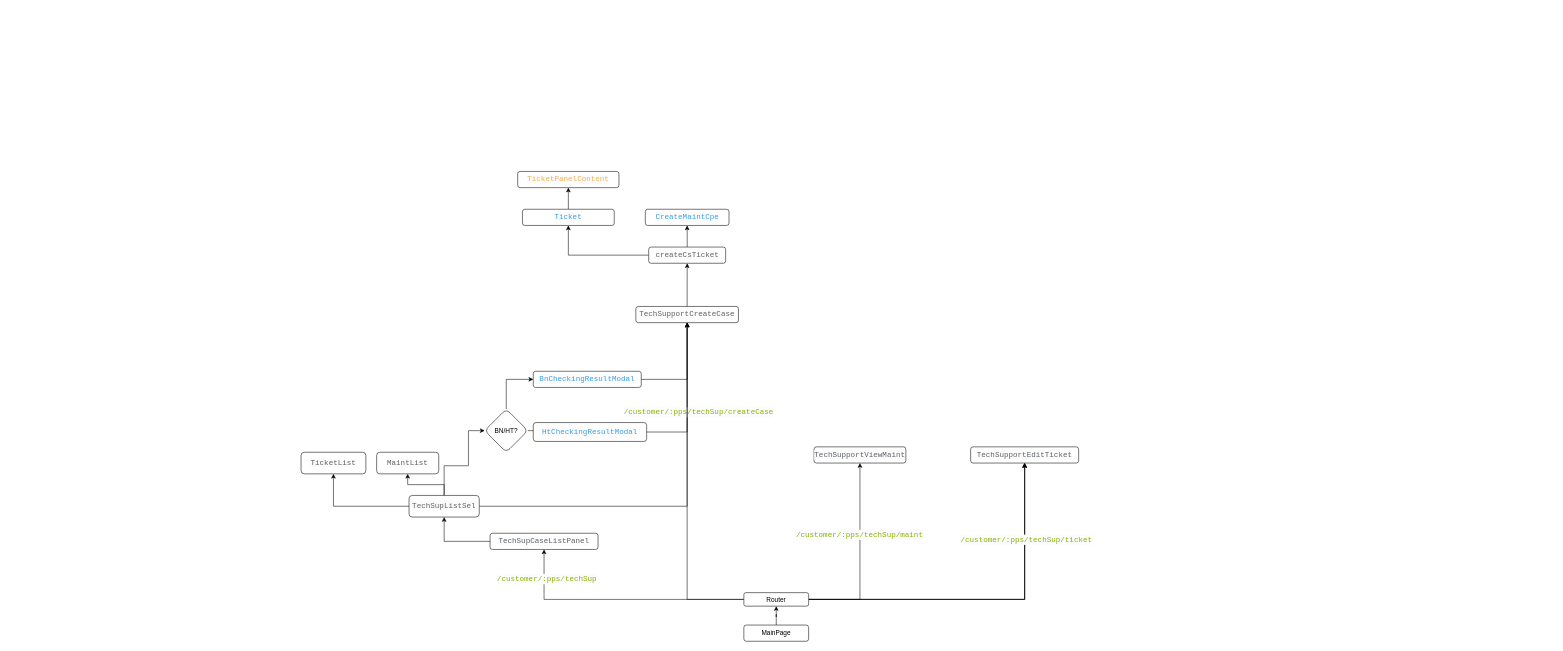
Above: aiom_render_tree.drawio in guidecheckwang1024/- (draw.io), before the change. Source tidied: cells renumbered, new cells numbered last; positions are measured from the earlier drawing's top-left corner, leaving out a move shared by most shapes. Both pictures are drawn from the tidied source at 54%, with x=0, y=0 at pixel (301, 171).
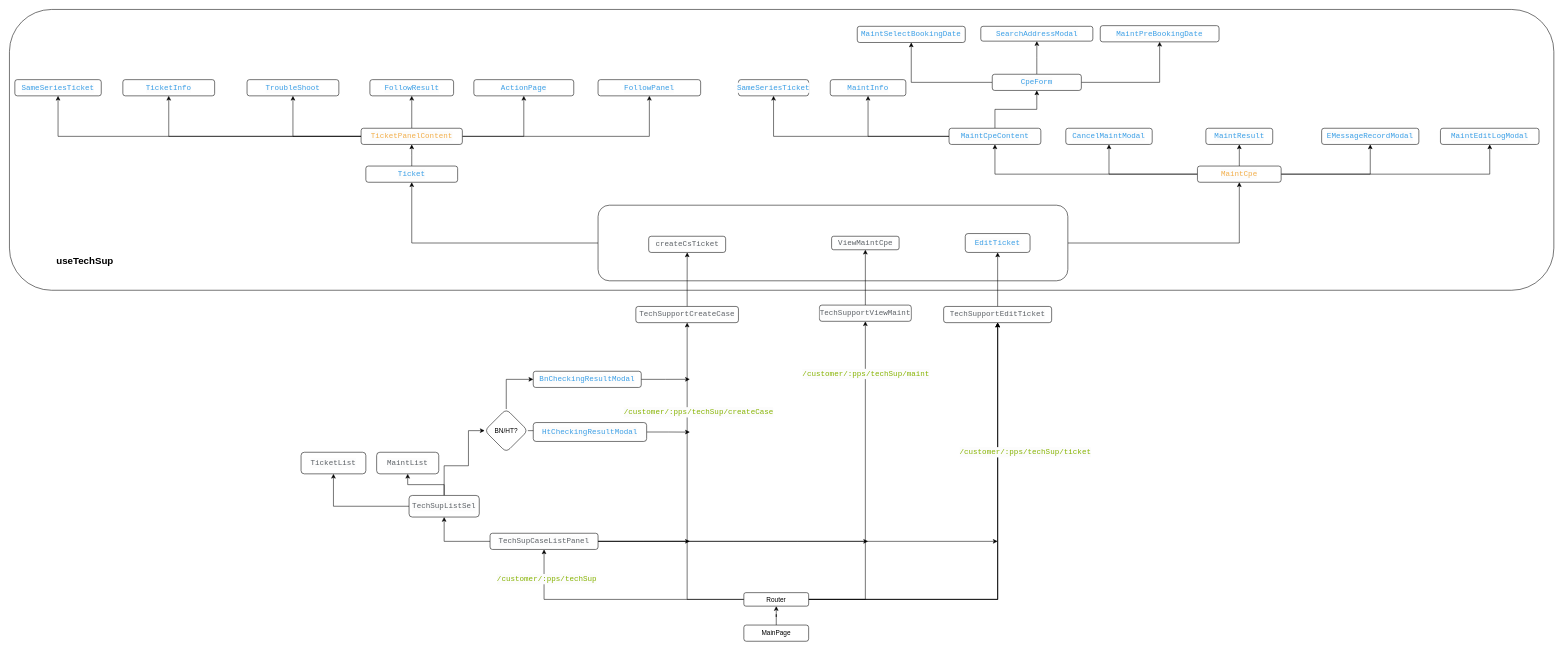
The same diagram, later.

The change refers to these unchanged cells:
```xml
<mxCell id="7" style="edgeStyle=orthogonalEdgeStyle;rounded=0;jettySize=auto;html=1;" parent="1" edge="1" source="13" target="16">
  <mxGeometry relative="1" as="geometry" />
</mxCell>
<mxCell id="11" style="edgeStyle=orthogonalEdgeStyle;rounded=0;jettySize=auto;html=1;" parent="1" edge="1" source="13" target="20">
  <mxGeometry relative="1" as="geometry" />
</mxCell>
<mxCell id="15" value="&lt;div style=&quot;color: rgb(92, 97, 102); background-color: rgb(252, 252, 252); font-family: Consolas, &amp;quot;Courier New&amp;quot;, monospace; font-size: 14px; line-height: 19px;&quot;&gt;TechSupCaseListPanel&lt;/div&gt;" style="whiteSpace=wrap;html=1;rounded=1;" parent="1" vertex="1">
  <mxGeometry x="350" y="670" width="200" height="30" as="geometry" />
</mxCell>
<mxCell id="18" value="&lt;div style=&quot;color: rgb(92, 97, 102); background-color: rgb(252, 252, 252); font-family: Consolas, &amp;quot;Courier New&amp;quot;, monospace; font-size: 14px; line-height: 19px;&quot;&gt;TechSupportCreateCase&lt;/div&gt;" style="whiteSpace=wrap;html=1;rounded=1;" parent="1" vertex="1">
  <mxGeometry x="620" y="250" width="190" height="30" as="geometry" />
</mxCell>
<mxCell id="25" value="&lt;div style=&quot;color: rgb(92, 97, 102); background-color: rgb(252, 252, 252); font-family: Consolas, &amp;quot;Courier New&amp;quot;, monospace; font-size: 14px; line-height: 19px;&quot;&gt;TechSupListSel&lt;/div&gt;" style="whiteSpace=wrap;html=1;rounded=1;" parent="1" vertex="1">
  <mxGeometry x="200" y="600" width="130" height="40" as="geometry" />
</mxCell>
<mxCell id="32" value="&lt;div style=&quot;color: rgb(92, 97, 102); background-color: rgb(252, 252, 252); font-family: Consolas, &amp;quot;Courier New&amp;quot;, monospace; font-size: 14px; line-height: 19px;&quot;&gt;&lt;span style=&quot;color: #399ee6;&quot;&gt;BnCheckingResultModal&lt;/span&gt;&lt;/div&gt;" style="whiteSpace=wrap;html=1;rounded=1;" parent="1" vertex="1">
  <mxGeometry x="430" y="370" width="200" height="30" as="geometry" />
</mxCell>
<mxCell id="34" value="&lt;div style=&quot;color: rgb(92, 97, 102); background-color: rgb(252, 252, 252); font-family: Consolas, &amp;quot;Courier New&amp;quot;, monospace; font-size: 14px; line-height: 19px;&quot;&gt;&lt;span style=&quot;color: #399ee6;&quot;&gt;HtCheckingResultModal&lt;/span&gt;&lt;/div&gt;" style="whiteSpace=wrap;html=1;rounded=1;" parent="1" vertex="1">
  <mxGeometry x="430" y="465" width="210" height="35" as="geometry" />
</mxCell>
```

Change to the diagram source:
```diff
@@
+    <mxCell id="42" style="rounded=1;whiteSpace=wrap;html=1;" parent="1" vertex="1">
+      <mxGeometry x="-540" y="-300" width="2860" height="520" as="geometry" />
+    </mxCell>
+    <mxCell id="43" style="edgeStyle=orthogonalEdgeStyle;rounded=0;jettySize=auto;html=1;" parent="1" edge="1" source="45" target="39">
+      <mxGeometry relative="1" as="geometry" />
+    </mxCell>
+    <mxCell id="44" style="edgeStyle=orthogonalEdgeStyle;rounded=0;jettySize=auto;html=1;entryX=0.5;entryY=1;entryDx=0;entryDy=0;" parent="1" edge="1" source="45" target="40">
+      <mxGeometry relative="1" as="geometry" />
+    </mxCell>
+    <mxCell id="45" style="rounded=1;whiteSpace=wrap;html=1;" parent="1" vertex="1">
+      <mxGeometry x="550" y="62.5" width="870" height="140" as="geometry" />
+    </mxCell>
@@
     <mxCell id="8" value="&lt;div style=&quot;color: rgb(92, 97, 102); background-color: rgb(252, 252, 252); font-family: Consolas, &amp;quot;Courier New&amp;quot;, monospace; font-size: 14px; line-height: 19px;&quot;&gt;&lt;span style=&quot;color: #86b300;&quot;&gt;/customer/:pps/techSup/ticket&lt;/span&gt;&lt;/div&gt;" style="edgeLabel;html=1;align=center;verticalAlign=middle;" parent="7" vertex="1">
       <mxGeometry x="0.57" y="-2" relative="1" as="geometry">
-        <mxPoint y="1" as="offset" />
+        <mxPoint x="48" y="54" as="offset" />
       </mxGeometry>
     </mxCell>
@@
     <mxCell id="12" value="&lt;div style=&quot;color: rgb(92, 97, 102); background-color: rgb(252, 252, 252); font-family: Consolas, &amp;quot;Courier New&amp;quot;, monospace; font-size: 14px; line-height: 19px;&quot;&gt;&lt;span style=&quot;color: #86b300;&quot;&gt;/customer/:pps/techSup/maint&lt;/span&gt;&lt;/div&gt;" style="edgeLabel;html=1;align=center;verticalAlign=middle;" parent="11" vertex="1">
       <mxGeometry x="0.23" y="2" relative="1" as="geometry">
-        <mxPoint y="-1" as="offset" />
+        <mxPoint x="2" y="-142" as="offset" />
       </mxGeometry>
     </mxCell>
@@
+    <mxCell id="46" style="edgeStyle=orthogonalEdgeStyle;rounded=0;jettySize=auto;html=1;exitX=1;exitY=0.5;exitDx=0;exitDy=0;" parent="1" edge="1" source="15">
+      <mxGeometry relative="1" as="geometry">
+        <mxPoint x="720" y="684.9" as="targetPoint" />
+      </mxGeometry>
+    </mxCell>
+    <mxCell id="47" style="edgeStyle=orthogonalEdgeStyle;rounded=0;jettySize=auto;html=1;exitX=1;exitY=0.5;exitDx=0;exitDy=0;" parent="1" edge="1" source="15">
+      <mxGeometry relative="1" as="geometry">
+        <mxPoint x="1050" y="685" as="targetPoint" />
+      </mxGeometry>
+    </mxCell>
+    <mxCell id="48" style="edgeStyle=orthogonalEdgeStyle;rounded=0;jettySize=auto;html=1;exitX=1;exitY=0.5;exitDx=0;exitDy=0;" parent="1" edge="1" source="15">
+      <mxGeometry relative="1" as="geometry">
+        <mxPoint x="1290" y="685" as="targetPoint" />
+      </mxGeometry>
+    </mxCell>
@@
+    <mxCell id="49" style="edgeStyle=orthogonalEdgeStyle;rounded=0;jettySize=auto;html=1;" parent="1" edge="1" source="16" target="88">
+      <mxGeometry relative="1" as="geometry" />
+    </mxCell>
     <mxCell id="16" value="&lt;div style=&quot;color: rgb(92, 97, 102); background-color: rgb(252, 252, 252); font-family: Consolas, &amp;quot;Courier New&amp;quot;, monospace; font-size: 14px; line-height: 19px;&quot;&gt;TechSupportEditTicket&lt;/div&gt;" style="whiteSpace=wrap;html=1;rounded=1;" parent="1" vertex="1">
-      <mxGeometry x="1240" y="510" width="200" height="30" as="geometry" />
+      <mxGeometry x="1190" y="250" width="200" height="30" as="geometry" />
     </mxCell>
@@
+    <mxCell id="50" style="edgeStyle=orthogonalEdgeStyle;rounded=0;jettySize=auto;html=1;" parent="1" edge="1" source="20" target="86">
+      <mxGeometry relative="1" as="geometry" />
+    </mxCell>
     <mxCell id="20" value="&lt;div style=&quot;color: rgb(92, 97, 102); background-color: rgb(252, 252, 252); font-family: Consolas, &amp;quot;Courier New&amp;quot;, monospace; font-size: 14px; line-height: 19px;&quot;&gt;TechSupportViewMaint&lt;/div&gt;" style="whiteSpace=wrap;html=1;rounded=1;" parent="1" vertex="1">
-      <mxGeometry x="950" y="510" width="170" height="30" as="geometry" />
+      <mxGeometry x="960" y="247.5" width="170" height="30" as="geometry" />
     </mxCell>
@@
-    <mxCell id="24" style="edgeStyle=orthogonalEdgeStyle;rounded=0;jettySize=auto;html=1;exitX=1;exitY=0.5;exitDx=0;exitDy=0;entryX=0.5;entryY=1;entryDx=0;entryDy=0;" parent="1" edge="1" source="25" target="18">
-      <mxGeometry relative="1" as="geometry" />
-    </mxCell>
@@
-    <mxCell id="31" style="edgeStyle=orthogonalEdgeStyle;rounded=0;jettySize=auto;html=1;exitX=1;exitY=0.5;exitDx=0;exitDy=0;entryX=0.5;entryY=1;entryDx=0;entryDy=0;" parent="1" edge="1" source="32" target="18">
-      <mxGeometry relative="1" as="geometry" />
-    </mxCell>
+    <mxCell id="51" style="edgeStyle=orthogonalEdgeStyle;rounded=0;jettySize=auto;html=1;exitX=1;exitY=0.5;exitDx=0;exitDy=0;" parent="1" edge="1" source="32">
+      <mxGeometry relative="1" as="geometry">
+        <mxPoint x="720" y="384.9" as="targetPoint" />
+      </mxGeometry>
+    </mxCell>
@@
-    <mxCell id="33" style="edgeStyle=orthogonalEdgeStyle;rounded=0;jettySize=auto;html=1;exitX=1;exitY=0.5;exitDx=0;exitDy=0;entryX=0.5;entryY=1;entryDx=0;entryDy=0;" parent="1" edge="1" source="34" target="18">
-      <mxGeometry relative="1" as="geometry" />
-    </mxCell>
+    <mxCell id="52" style="edgeStyle=orthogonalEdgeStyle;rounded=0;jettySize=auto;html=1;exitX=1;exitY=0.5;exitDx=0;exitDy=0;" parent="1" edge="1" source="34">
+      <mxGeometry relative="1" as="geometry">
+        <mxPoint x="720" y="482.7" as="targetPoint" />
+      </mxGeometry>
+    </mxCell>
@@
-    <mxCell id="35" style="edgeStyle=orthogonalEdgeStyle;rounded=0;jettySize=auto;html=1;" parent="1" edge="1" source="37" target="39">
-      <mxGeometry relative="1" as="geometry" />
-    </mxCell>
-    <mxCell id="36" style="edgeStyle=orthogonalEdgeStyle;rounded=0;jettySize=auto;html=1;" parent="1" edge="1" source="37" target="40">
-      <mxGeometry relative="1" as="geometry" />
-    </mxCell>
     <mxCell id="37" value="&lt;div style=&quot;color: rgb(92, 97, 102); background-color: rgb(252, 252, 252); font-family: Consolas, &amp;quot;Courier New&amp;quot;, monospace; font-size: 14px; line-height: 19px;&quot;&gt;createCsTicket&lt;/div&gt;" style="whiteSpace=wrap;html=1;rounded=1;" parent="1" vertex="1">
-      <mxGeometry x="643.8" y="140" width="142.5" height="30" as="geometry" />
+      <mxGeometry x="643.8" y="120" width="142.5" height="30" as="geometry" />
     </mxCell>
@@
     <mxCell id="39" value="&lt;div style=&quot;color: rgb(92, 97, 102); background-color: rgb(252, 252, 252); font-family: Consolas, &amp;quot;Courier New&amp;quot;, monospace; font-size: 14px; line-height: 19px;&quot;&gt;&lt;span style=&quot;color: #399ee6;&quot;&gt;Ticket&lt;/span&gt;&lt;/div&gt;" style="whiteSpace=wrap;html=1;rounded=1;" parent="1" vertex="1">
-      <mxGeometry x="410" y="70" width="170" height="30" as="geometry" />
+      <mxGeometry x="120" y="-10" width="170" height="30" as="geometry" />
     </mxCell>
+    <mxCell id="53" style="edgeStyle=orthogonalEdgeStyle;rounded=0;jettySize=auto;html=1;" parent="1" edge="1" source="40" target="73">
+      <mxGeometry relative="1" as="geometry" />
+    </mxCell>
+    <mxCell id="54" style="edgeStyle=orthogonalEdgeStyle;rounded=0;jettySize=auto;html=1;" parent="1" edge="1" source="40" target="74">
+      <mxGeometry relative="1" as="geometry" />
+    </mxCell>
+    <mxCell id="55" style="edgeStyle=orthogonalEdgeStyle;rounded=0;jettySize=auto;html=1;" parent="1" edge="1" source="40" target="75">
+      <mxGeometry relative="1" as="geometry" />
+    </mxCell>
+    <mxCell id="56" style="edgeStyle=orthogonalEdgeStyle;rounded=0;jettySize=auto;html=1;entryX=0.5;entryY=1;entryDx=0;entryDy=0;" parent="1" edge="1" source="40" target="76">
+      <mxGeometry relative="1" as="geometry" />
+    </mxCell>
+    <mxCell id="57" style="edgeStyle=orthogonalEdgeStyle;rounded=0;jettySize=auto;html=1;" parent="1" edge="1" source="40" target="87">
+      <mxGeometry relative="1" as="geometry" />
+    </mxCell>
-    <mxCell id="40" value="&lt;div style=&quot;color: rgb(92, 97, 102); background-color: rgb(252, 252, 252); font-family: Consolas, &amp;quot;Courier New&amp;quot;, monospace; font-size: 14px; line-height: 19px;&quot;&gt;&lt;span style=&quot;color: #399ee6;&quot;&gt;CreateMaintCpe&lt;/span&gt;&lt;/div&gt;" style="whiteSpace=wrap;html=1;rounded=1;" parent="1" vertex="1">
-      <mxGeometry x="637.5" y="70" width="155" height="30" as="geometry" />
+    <mxCell id="40" value="&lt;div style=&quot;color: rgb(92, 97, 102); background-color: rgb(252, 252, 252); font-family: Consolas, &amp;quot;Courier New&amp;quot;, monospace; font-size: 14px; line-height: 19px;&quot;&gt;&lt;div style=&quot;line-height: 19px;&quot;&gt;&lt;span style=&quot;color: #f2ae49;&quot;&gt;MaintCpe&lt;/span&gt;&lt;/div&gt;&lt;/div&gt;" style="whiteSpace=wrap;html=1;rounded=1;" parent="1" vertex="1">
+      <mxGeometry x="1660" y="-10" width="155" height="30" as="geometry" />
     </mxCell>
+    <mxCell id="58" style="edgeStyle=orthogonalEdgeStyle;rounded=0;jettySize=auto;html=1;" parent="1" edge="1" source="41" target="64">
+      <mxGeometry relative="1" as="geometry" />
+    </mxCell>
+    <mxCell id="59" style="edgeStyle=orthogonalEdgeStyle;rounded=0;jettySize=auto;html=1;" parent="1" edge="1" source="41" target="65">
+      <mxGeometry relative="1" as="geometry" />
+    </mxCell>
+    <mxCell id="60" style="edgeStyle=orthogonalEdgeStyle;rounded=0;jettySize=auto;html=1;" parent="1" edge="1" source="41" target="66">
+      <mxGeometry relative="1" as="geometry" />
+    </mxCell>
+    <mxCell id="61" style="edgeStyle=orthogonalEdgeStyle;rounded=0;jettySize=auto;html=1;" parent="1" edge="1" source="41" target="67">
+      <mxGeometry relative="1" as="geometry" />
+    </mxCell>
+    <mxCell id="62" style="edgeStyle=orthogonalEdgeStyle;rounded=0;jettySize=auto;html=1;" parent="1" edge="1" source="41" target="68">
+      <mxGeometry relative="1" as="geometry" />
+    </mxCell>
+    <mxCell id="63" style="edgeStyle=orthogonalEdgeStyle;rounded=0;jettySize=auto;html=1;" parent="1" edge="1" source="41" target="69">
+      <mxGeometry relative="1" as="geometry" />
+    </mxCell>
     <mxCell id="41" value="&lt;div style=&quot;color: rgb(92, 97, 102); background-color: rgb(252, 252, 252); font-family: Consolas, &amp;quot;Courier New&amp;quot;, monospace; font-size: 14px; line-height: 19px;&quot;&gt;&lt;span style=&quot;color: #f2ae49;&quot;&gt;TicketPanelContent&lt;/span&gt;&lt;/div&gt;" style="whiteSpace=wrap;html=1;rounded=1;" parent="1" vertex="1">
-      <mxGeometry x="401.2" width="187.5" height="30" as="geometry" />
+      <mxGeometry x="111.2" y="-80" width="187.5" height="30" as="geometry" />
     </mxCell>
+    <mxCell id="64" value="&lt;div style=&quot;color: rgb(92, 97, 102); background-color: rgb(252, 252, 252); font-family: Consolas, &amp;quot;Courier New&amp;quot;, monospace; font-size: 14px; line-height: 19px;&quot;&gt;&lt;span style=&quot;color: #399ee6;&quot;&gt;SameSeriesTicket&lt;/span&gt;&lt;/div&gt;" style="whiteSpace=wrap;html=1;rounded=1;" parent="1" vertex="1">
+      <mxGeometry x="-530" y="-170" width="160" height="30" as="geometry" />
+    </mxCell>
+    <mxCell id="65" value="&lt;div style=&quot;color: rgb(92, 97, 102); background-color: rgb(252, 252, 252); font-family: Consolas, &amp;quot;Courier New&amp;quot;, monospace; font-size: 14px; line-height: 19px;&quot;&gt;&lt;span style=&quot;color: #399ee6;&quot;&gt;TicketInfo&lt;/span&gt;&lt;/div&gt;" style="whiteSpace=wrap;html=1;rounded=1;" parent="1" vertex="1">
+      <mxGeometry x="-330" y="-170" width="170" height="30" as="geometry" />
+    </mxCell>
+    <mxCell id="66" value="&lt;div style=&quot;color: rgb(92, 97, 102); background-color: rgb(252, 252, 252); font-family: Consolas, &amp;quot;Courier New&amp;quot;, monospace; font-size: 14px; line-height: 19px;&quot;&gt;&lt;span style=&quot;color: #399ee6;&quot;&gt;TroubleShoot&lt;/span&gt;&lt;/div&gt;" style="whiteSpace=wrap;html=1;rounded=1;" parent="1" vertex="1">
+      <mxGeometry x="-100" y="-170" width="170" height="30" as="geometry" />
+    </mxCell>
+    <mxCell id="67" value="&lt;div style=&quot;color: rgb(92, 97, 102); background-color: rgb(252, 252, 252); font-family: Consolas, &amp;quot;Courier New&amp;quot;, monospace; font-size: 14px; line-height: 19px;&quot;&gt;&lt;span style=&quot;color: #399ee6;&quot;&gt;ActionPage&lt;/span&gt;&lt;/div&gt;" style="whiteSpace=wrap;html=1;rounded=1;" parent="1" vertex="1">
+      <mxGeometry x="320" y="-170" width="185" height="30" as="geometry" />
+    </mxCell>
+    <mxCell id="68" value="&lt;div style=&quot;color: rgb(92, 97, 102); background-color: rgb(252, 252, 252); font-family: Consolas, &amp;quot;Courier New&amp;quot;, monospace; font-size: 14px; line-height: 19px;&quot;&gt;&lt;span style=&quot;color: #399ee6;&quot;&gt;FollowPanel&lt;/span&gt;&lt;/div&gt;" style="whiteSpace=wrap;html=1;rounded=1;" parent="1" vertex="1">
+      <mxGeometry x="550" y="-170" width="190" height="30" as="geometry" />
+    </mxCell>
+    <mxCell id="69" value="&lt;div style=&quot;color: rgb(92, 97, 102); background-color: rgb(252, 252, 252); font-family: Consolas, &amp;quot;Courier New&amp;quot;, monospace; font-size: 14px; line-height: 19px;&quot;&gt;&lt;span style=&quot;color: #399ee6;&quot;&gt;FollowResult&lt;/span&gt;&lt;/div&gt;" style="whiteSpace=wrap;html=1;rounded=1;" parent="1" vertex="1">
+      <mxGeometry x="127.5" y="-170" width="155" height="30" as="geometry" />
+    </mxCell>
+    <mxCell id="70" style="edgeStyle=orthogonalEdgeStyle;rounded=0;jettySize=auto;html=1;" parent="1" edge="1" source="73" target="77">
+      <mxGeometry relative="1" as="geometry" />
+    </mxCell>
+    <mxCell id="71" style="edgeStyle=orthogonalEdgeStyle;rounded=0;jettySize=auto;html=1;" parent="1" edge="1" source="73" target="78">
+      <mxGeometry relative="1" as="geometry" />
+    </mxCell>
+    <mxCell id="72" style="edgeStyle=orthogonalEdgeStyle;rounded=0;jettySize=auto;html=1;" parent="1" edge="1" source="73" target="82">
+      <mxGeometry relative="1" as="geometry" />
+    </mxCell>
+    <mxCell id="73" value="&lt;div style=&quot;color: rgb(92, 97, 102); background-color: rgb(252, 252, 252); font-family: Consolas, &amp;quot;Courier New&amp;quot;, monospace; font-size: 14px; line-height: 19px;&quot;&gt;&lt;span style=&quot;color: #399ee6;&quot;&gt;MaintCpeContent&lt;/span&gt;&lt;/div&gt;" style="whiteSpace=wrap;html=1;rounded=1;" parent="1" vertex="1">
+      <mxGeometry x="1200" y="-80" width="170" height="30" as="geometry" />
+    </mxCell>
+    <mxCell id="74" value="&lt;div style=&quot;color: rgb(92, 97, 102); background-color: rgb(252, 252, 252); font-family: Consolas, &amp;quot;Courier New&amp;quot;, monospace; font-size: 14px; line-height: 19px;&quot;&gt;&lt;span style=&quot;color: #399ee6;&quot;&gt;CancelMaintModal&lt;/span&gt;&lt;/div&gt;" style="whiteSpace=wrap;html=1;rounded=1;" parent="1" vertex="1">
+      <mxGeometry x="1416.2" y="-80" width="160" height="30" as="geometry" />
+    </mxCell>
+    <mxCell id="75" value="&lt;div style=&quot;color: rgb(92, 97, 102); background-color: rgb(252, 252, 252); font-family: Consolas, &amp;quot;Courier New&amp;quot;, monospace; font-size: 14px; line-height: 19px;&quot;&gt;&lt;span style=&quot;color: #399ee6;&quot;&gt;EMessageRecordModal&lt;/span&gt;&lt;/div&gt;" style="whiteSpace=wrap;html=1;rounded=1;" parent="1" vertex="1">
+      <mxGeometry x="1890" y="-80" width="180" height="30" as="geometry" />
+    </mxCell>
+    <mxCell id="76" value="&lt;div style=&quot;color: rgb(92, 97, 102); background-color: rgb(252, 252, 252); font-family: Consolas, &amp;quot;Courier New&amp;quot;, monospace; font-size: 14px; line-height: 19px;&quot;&gt;&lt;span style=&quot;color: #399ee6;&quot;&gt;MaintEditLogModal&lt;/span&gt;&lt;/div&gt;" style="whiteSpace=wrap;html=1;rounded=1;" parent="1" vertex="1">
+      <mxGeometry x="2110" y="-80" width="182.5" height="30" as="geometry" />
+    </mxCell>
+    <mxCell id="77" value="&lt;div style=&quot;color: rgb(92, 97, 102); background-color: rgb(252, 252, 252); font-family: Consolas, &amp;quot;Courier New&amp;quot;, monospace; font-size: 14px; line-height: 19px;&quot;&gt;&lt;span style=&quot;color: #399ee6;&quot;&gt;SameSeriesTicket&lt;/span&gt;&lt;/div&gt;" style="whiteSpace=wrap;html=1;rounded=1;" parent="1" vertex="1">
+      <mxGeometry x="810" y="-170" width="130" height="30" as="geometry" />
+    </mxCell>
+    <mxCell id="78" value="&lt;div style=&quot;color: rgb(92, 97, 102); background-color: rgb(252, 252, 252); font-family: Consolas, &amp;quot;Courier New&amp;quot;, monospace; font-size: 14px; line-height: 19px;&quot;&gt;&lt;span style=&quot;color: #399ee6;&quot;&gt;MaintInfo&lt;/span&gt;&lt;/div&gt;" style="whiteSpace=wrap;html=1;rounded=1;" parent="1" vertex="1">
+      <mxGeometry x="980" y="-170" width="140" height="30" as="geometry" />
+    </mxCell>
+    <mxCell id="79" style="edgeStyle=orthogonalEdgeStyle;rounded=0;jettySize=auto;html=1;" parent="1" edge="1" source="82" target="83">
+      <mxGeometry relative="1" as="geometry" />
+    </mxCell>
+    <mxCell id="80" style="edgeStyle=orthogonalEdgeStyle;rounded=0;jettySize=auto;html=1;" parent="1" edge="1" source="82" target="84">
+      <mxGeometry relative="1" as="geometry" />
+    </mxCell>
+    <mxCell id="81" style="edgeStyle=orthogonalEdgeStyle;rounded=0;jettySize=auto;html=1;" parent="1" edge="1" source="82" target="85">
+      <mxGeometry relative="1" as="geometry" />
+    </mxCell>
+    <mxCell id="82" value="&lt;div style=&quot;color: rgb(92, 97, 102); background-color: rgb(252, 252, 252); font-family: Consolas, &amp;quot;Courier New&amp;quot;, monospace; font-size: 14px; line-height: 19px;&quot;&gt;&lt;span style=&quot;color: #399ee6;&quot;&gt;CpeForm&lt;/span&gt;&lt;/div&gt;" style="whiteSpace=wrap;html=1;rounded=1;" parent="1" vertex="1">
+      <mxGeometry x="1280" y="-180" width="165" height="30" as="geometry" />
+    </mxCell>
+    <mxCell id="83" value="&lt;div style=&quot;color: rgb(92, 97, 102); background-color: rgb(252, 252, 252); font-family: Consolas, &amp;quot;Courier New&amp;quot;, monospace; font-size: 14px; line-height: 19px;&quot;&gt;&lt;span style=&quot;color: #399ee6;&quot;&gt;MaintSelectBookingDate&lt;/span&gt;&lt;/div&gt;" style="whiteSpace=wrap;html=1;rounded=1;" parent="1" vertex="1">
+      <mxGeometry x="1030" y="-268.8" width="200" height="30" as="geometry" />
+    </mxCell>
+    <mxCell id="84" value="&lt;div style=&quot;color: rgb(92, 97, 102); background-color: rgb(252, 252, 252); font-family: Consolas, &amp;quot;Courier New&amp;quot;, monospace; font-size: 14px; line-height: 19px;&quot;&gt;&lt;span style=&quot;color: #399ee6;&quot;&gt;MaintPreBookingDate&lt;/span&gt;&lt;/div&gt;" style="whiteSpace=wrap;html=1;rounded=1;" parent="1" vertex="1">
+      <mxGeometry x="1480" y="-270" width="220" height="30" as="geometry" />
+    </mxCell>
+    <mxCell id="85" value="&lt;div style=&quot;color: rgb(92, 97, 102); background-color: rgb(252, 252, 252); font-family: Consolas, &amp;quot;Courier New&amp;quot;, monospace; font-size: 14px; line-height: 19px;&quot;&gt;&lt;span style=&quot;color: #399ee6;&quot;&gt;SearchAddressModal&lt;/span&gt;&lt;/div&gt;" style="whiteSpace=wrap;html=1;rounded=1;" parent="1" vertex="1">
+      <mxGeometry x="1258.8" y="-268.8" width="207.5" height="27.5" as="geometry" />
+    </mxCell>
+    <mxCell id="86" value="&lt;div style=&quot;color: rgb(92, 97, 102); background-color: rgb(252, 252, 252); font-family: Consolas, &amp;quot;Courier New&amp;quot;, monospace; font-size: 14px; line-height: 19px;&quot;&gt;ViewMaintCpe&lt;/div&gt;" style="whiteSpace=wrap;html=1;rounded=1;" parent="1" vertex="1">
+      <mxGeometry x="982.5" y="120" width="125" height="25" as="geometry" />
+    </mxCell>
+    <mxCell id="87" value="&lt;div style=&quot;color: rgb(92, 97, 102); background-color: rgb(252, 252, 252); font-family: Consolas, &amp;quot;Courier New&amp;quot;, monospace; font-size: 14px; line-height: 19px;&quot;&gt;&lt;span style=&quot;color: #399ee6;&quot;&gt;MaintResult&lt;/span&gt;&lt;/div&gt;" style="whiteSpace=wrap;html=1;rounded=1;" parent="1" vertex="1">
+      <mxGeometry x="1675.6" y="-80" width="123.8" height="30" as="geometry" />
+    </mxCell>
+    <mxCell id="88" value="&lt;div style=&quot;color: rgb(92, 97, 102); background-color: rgb(252, 252, 252); font-family: Consolas, &amp;quot;Courier New&amp;quot;, monospace; font-size: 14px; line-height: 19px;&quot;&gt;&lt;span style=&quot;color: #399ee6;&quot;&gt;EditTicket&lt;/span&gt;&lt;/div&gt;" style="whiteSpace=wrap;html=1;rounded=1;" parent="1" vertex="1">
+      <mxGeometry x="1230" y="115" width="120" height="35" as="geometry" />
+    </mxCell>
+    <mxCell id="89" value="&lt;font style=&quot;font-size: 18px;&quot;&gt;&lt;b&gt;useTechSup&lt;/b&gt;&lt;/font&gt;" style="text;html=1;strokeColor=none;fillColor=none;align=center;verticalAlign=middle;whiteSpace=wrap;rounded=0;" parent="1" vertex="1">
+      <mxGeometry x="-460" y="140" width="120" height="50" as="geometry" />
+    </mxCell>
```
